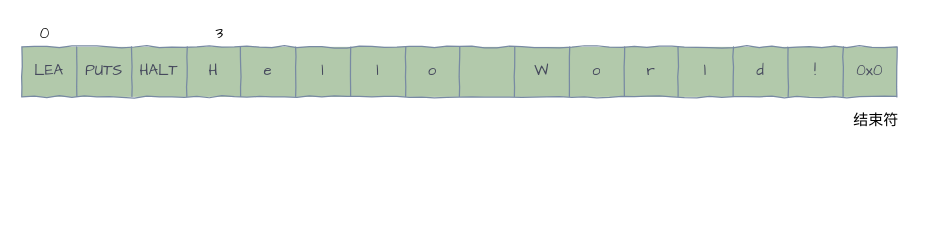
silan-liu/drawio keeps this draw.io diagram as vm-6.drawio. Above is the earlier version. Source tidied: cells renumbered, new cells numbered last; positions are measured from the earlier drawing's top-left corner, leaving out a move shared by most shapes. Both pictures are drawn from the tidied source at 125%, with x=0, y=0 at pixel (21, 21).
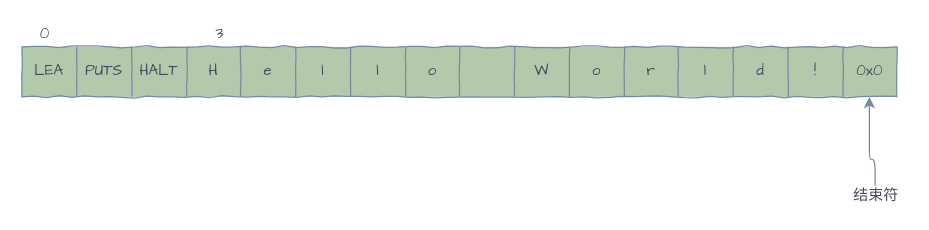
After the change.

What changed in the source:
```diff
@@
-    <mxCell id="20" value="结束符" style="text;html=1;align=center;verticalAlign=middle;points=[];fontFamily=Architects Daughter;" parent="1" vertex="1">
-      <mxGeometry x="658" y="70" width="50" height="20" as="geometry" />
+    <mxCell id="20" value="结束符" style="text;html=1;align=center;verticalAlign=middle;points=[];fontFamily=Architects Daughter;fontColor=#46495D;" parent="1" vertex="1">
+      <mxGeometry x="658" y="130" width="50" height="20" as="geometry" />
     </mxCell>
-    <mxCell id="21" value="0" style="text;html=1;align=center;verticalAlign=middle;fontFamily=Architects Daughter;" parent="1" vertex="1">
+    <mxCell id="21" value="0" style="text;html=1;align=center;verticalAlign=middle;fontFamily=Architects Daughter;fontColor=#46495D;" parent="1" vertex="1">
       <mxGeometry x="8" width="20" height="20" as="geometry" />
     </mxCell>
-    <mxCell id="22" value="3" style="text;html=1;align=center;verticalAlign=middle;fontFamily=Architects Daughter;" parent="1" vertex="1">
+    <mxCell id="22" value="3" style="text;html=1;align=center;verticalAlign=middle;fontFamily=Architects Daughter;fontColor=#46495D;" parent="1" vertex="1">
       <mxGeometry x="148" width="20" height="20" as="geometry" />
     </mxCell>
+    <mxCell id="23" style="edgeStyle=segmentEdgeStyle;endArrow=classic;html=1;fontFamily=Architects Daughter;strokeColor=#788AA3;fontColor=#46495D;exitX=0.491;exitY=0.055;exitDx=0;exitDy=0;exitPerimeter=0;" parent="1" edge="1" source="20">
+      <mxGeometry relative="1" as="geometry">
+        <mxPoint x="678" y="60" as="targetPoint" />
+        <Array as="points">
+          <mxPoint x="683" y="110" />
+          <mxPoint x="678" y="110" />
+        </Array>
+      </mxGeometry>
+    </mxCell>
```
